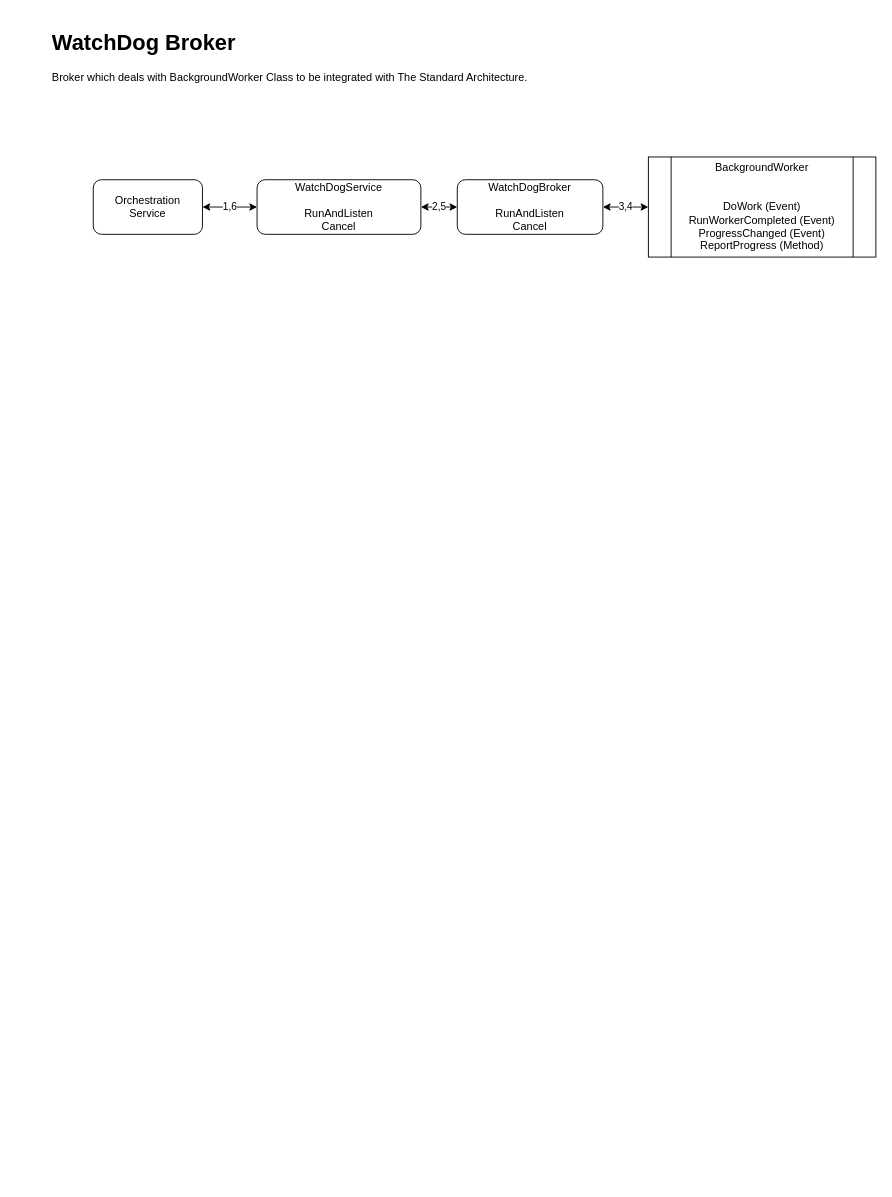
Above: Overview.drawio in LBoullosa/TheStandard.PoC.BackgroundWorker (draw.io), before the change. Source tidied: cells renumbered, new cells numbered last; positions are measured from the earlier drawing's top-left corner, leaving out a move shared by most shapes. Both pictures are drawn from the tidied source at 91%, with x=0, y=0 at pixel (47, 25).
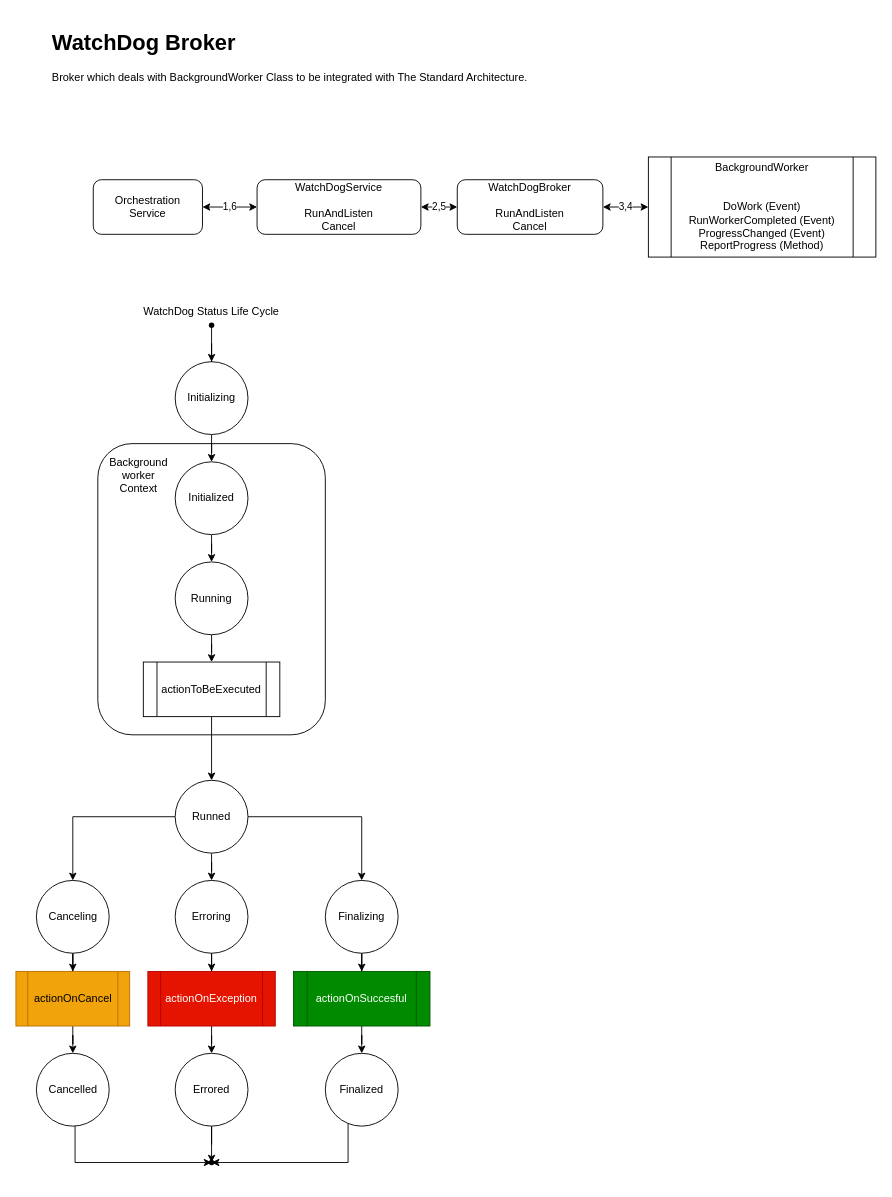
The same page after the edit.

Diff of the diagram source:
```diff
@@
+    <mxCell id="10" style="rounded=1;whiteSpace=wrap;html=1;" parent="1" vertex="1">
+      <mxGeometry x="55" y="460" width="250" height="320" as="geometry" />
+    </mxCell>
@@
+    <mxCell id="11" style="edgeStyle=orthogonalEdgeStyle;rounded=0;jettySize=auto;html=1;" parent="1" edge="1" source="12" target="14">
+      <mxGeometry relative="1" as="geometry" />
+    </mxCell>
+    <mxCell id="12" value="Initializing" style="ellipse;whiteSpace=wrap;html=1;" parent="1" vertex="1">
+      <mxGeometry x="140" y="370" width="80" height="80" as="geometry" />
+    </mxCell>
+    <mxCell id="13" style="edgeStyle=orthogonalEdgeStyle;rounded=0;jettySize=auto;html=1;" parent="1" edge="1" source="14" target="16">
+      <mxGeometry relative="1" as="geometry" />
+    </mxCell>
+    <mxCell id="14" value="Initialized" style="ellipse;whiteSpace=wrap;html=1;" parent="1" vertex="1">
+      <mxGeometry x="140" y="480" width="80" height="80" as="geometry" />
+    </mxCell>
+    <mxCell id="15" style="edgeStyle=orthogonalEdgeStyle;rounded=0;jettySize=auto;html=1;entryX=0.5;entryY=0;entryDx=0;entryDy=0;" parent="1" edge="1" source="16" target="37">
+      <mxGeometry relative="1" as="geometry" />
+    </mxCell>
+    <mxCell id="16" value="Running" style="ellipse;whiteSpace=wrap;html=1;" parent="1" vertex="1">
+      <mxGeometry x="140" y="590" width="80" height="80" as="geometry" />
+    </mxCell>
+    <mxCell id="17" style="edgeStyle=orthogonalEdgeStyle;rounded=0;jettySize=auto;html=1;" parent="1" edge="1" source="20" target="26">
+      <mxGeometry relative="1" as="geometry" />
+    </mxCell>
+    <mxCell id="18" style="edgeStyle=orthogonalEdgeStyle;rounded=0;jettySize=auto;html=1;" parent="1" edge="1" source="20" target="22">
+      <mxGeometry relative="1" as="geometry" />
+    </mxCell>
+    <mxCell id="19" style="edgeStyle=orthogonalEdgeStyle;rounded=0;jettySize=auto;html=1;entryX=0.5;entryY=0;entryDx=0;entryDy=0;" parent="1" edge="1" source="20" target="30">
+      <mxGeometry relative="1" as="geometry" />
+    </mxCell>
+    <mxCell id="20" value="Runned" style="ellipse;whiteSpace=wrap;html=1;" parent="1" vertex="1">
+      <mxGeometry x="140" y="830" width="80" height="80" as="geometry" />
+    </mxCell>
+    <mxCell id="21" style="edgeStyle=orthogonalEdgeStyle;rounded=0;jettySize=auto;html=1;" parent="1" edge="1" source="22" target="39">
+      <mxGeometry relative="1" as="geometry" />
+    </mxCell>
+    <mxCell id="22" value="Canceling" style="ellipse;whiteSpace=wrap;html=1;" parent="1" vertex="1">
+      <mxGeometry x="-12.5" y="940" width="80" height="80" as="geometry" />
+    </mxCell>
+    <mxCell id="23" style="edgeStyle=orthogonalEdgeStyle;rounded=0;jettySize=auto;html=1;entryX=0.6;entryY=0.5;entryDx=0;entryDy=0;entryPerimeter=0;" parent="1" edge="1" source="24" target="33">
+      <mxGeometry relative="1" as="geometry">
+        <Array as="points">
+          <mxPoint x="30" y="1250" />
+        </Array>
+      </mxGeometry>
+    </mxCell>
+    <mxCell id="24" value="Cancelled" style="ellipse;whiteSpace=wrap;html=1;" parent="1" vertex="1">
+      <mxGeometry x="-12.5" y="1130" width="80" height="80" as="geometry" />
+    </mxCell>
+    <mxCell id="25" style="edgeStyle=orthogonalEdgeStyle;rounded=0;jettySize=auto;html=1;" parent="1" edge="1" source="26" target="41">
+      <mxGeometry relative="1" as="geometry" />
+    </mxCell>
+    <mxCell id="26" value="Erroring" style="ellipse;whiteSpace=wrap;html=1;" parent="1" vertex="1">
+      <mxGeometry x="140" y="940" width="80" height="80" as="geometry" />
+    </mxCell>
+    <mxCell id="27" style="edgeStyle=orthogonalEdgeStyle;rounded=0;jettySize=auto;html=1;" parent="1" edge="1" source="28" target="33">
+      <mxGeometry relative="1" as="geometry" />
+    </mxCell>
+    <mxCell id="28" value="Errored" style="ellipse;whiteSpace=wrap;html=1;" parent="1" vertex="1">
+      <mxGeometry x="140" y="1130" width="80" height="80" as="geometry" />
+    </mxCell>
+    <mxCell id="29" style="edgeStyle=orthogonalEdgeStyle;rounded=0;jettySize=auto;html=1;" parent="1" edge="1" source="30" target="43">
+      <mxGeometry relative="1" as="geometry" />
+    </mxCell>
+    <mxCell id="30" value="Finalizing" style="ellipse;whiteSpace=wrap;html=1;" parent="1" vertex="1">
+      <mxGeometry x="305" y="940" width="80" height="80" as="geometry" />
+    </mxCell>
+    <mxCell id="31" style="edgeStyle=orthogonalEdgeStyle;rounded=0;jettySize=auto;html=1;" parent="1" edge="1" source="32" target="33">
+      <mxGeometry relative="1" as="geometry">
+        <Array as="points">
+          <mxPoint x="330" y="1250" />
+        </Array>
+      </mxGeometry>
+    </mxCell>
+    <mxCell id="32" value="Finalized" style="ellipse;whiteSpace=wrap;html=1;" parent="1" vertex="1">
+      <mxGeometry x="305" y="1130" width="80" height="80" as="geometry" />
+    </mxCell>
+    <mxCell id="33" style="shape=waypoint;sketch=0;size=6;points=[];fillColor=default;perimeter=centerPerimeter;snapToPoint=1;" parent="1" vertex="1">
+      <mxGeometry x="160" y="1230" width="40" height="40" as="geometry" />
+    </mxCell>
+    <mxCell id="34" style="edgeStyle=orthogonalEdgeStyle;rounded=0;jettySize=auto;html=1;" parent="1" edge="1" source="35" target="12">
+      <mxGeometry relative="1" as="geometry" />
+    </mxCell>
+    <mxCell id="35" style="shape=waypoint;sketch=0;fillStyle=solid;size=6;points=[];fillColor=none;perimeter=centerPerimeter;snapToPoint=1;" parent="1" vertex="1">
+      <mxGeometry x="160" y="310" width="40" height="40" as="geometry" />
+    </mxCell>
+    <mxCell id="36" style="edgeStyle=orthogonalEdgeStyle;rounded=0;jettySize=auto;html=1;" parent="1" edge="1" source="37" target="20">
+      <mxGeometry relative="1" as="geometry" />
+    </mxCell>
+    <mxCell id="37" value="actionToBeExecuted" style="shape=process;whiteSpace=wrap;html=1;backgroundOutline=1;" parent="1" vertex="1">
+      <mxGeometry x="105" y="700" width="150" height="60" as="geometry" />
+    </mxCell>
+    <mxCell id="38" style="edgeStyle=orthogonalEdgeStyle;rounded=0;jettySize=auto;html=1;" parent="1" edge="1" source="39" target="24">
+      <mxGeometry relative="1" as="geometry" />
+    </mxCell>
+    <mxCell id="39" value="actionOnCancel" style="shape=process;whiteSpace=wrap;html=1;backgroundOutline=1;fillColor=#f0a30a;fontColor=#000000;strokeColor=#BD7000;" parent="1" vertex="1">
+      <mxGeometry x="-35" y="1040" width="125" height="60" as="geometry" />
+    </mxCell>
+    <mxCell id="40" style="edgeStyle=orthogonalEdgeStyle;rounded=0;jettySize=auto;html=1;" parent="1" edge="1" source="41" target="28">
+      <mxGeometry relative="1" as="geometry" />
+    </mxCell>
+    <mxCell id="41" value="actionOnException" style="shape=process;whiteSpace=wrap;html=1;backgroundOutline=1;fillColor=#e51400;fontColor=#ffffff;strokeColor=#B20000;" parent="1" vertex="1">
+      <mxGeometry x="110" y="1040" width="140" height="60" as="geometry" />
+    </mxCell>
+    <mxCell id="42" style="edgeStyle=orthogonalEdgeStyle;rounded=0;jettySize=auto;html=1;" parent="1" edge="1" source="43" target="32">
+      <mxGeometry relative="1" as="geometry" />
+    </mxCell>
+    <mxCell id="43" value="actionOnSuccesful" style="shape=process;whiteSpace=wrap;html=1;backgroundOutline=1;fillColor=#008a00;fontColor=#ffffff;strokeColor=#005700;" parent="1" vertex="1">
+      <mxGeometry x="270" y="1040" width="150" height="60" as="geometry" />
+    </mxCell>
+    <mxCell id="44" value="Background worker Context" style="text;html=1;strokeColor=none;fillColor=none;align=center;verticalAlign=middle;whiteSpace=wrap;rounded=0;" parent="1" vertex="1">
+      <mxGeometry x="70" y="480" width="60" height="30" as="geometry" />
+    </mxCell>
+    <mxCell id="45" value="&lt;span&gt;WatchDog Status Life Cycle&lt;/span&gt;" style="text;html=1;strokeColor=none;fillColor=none;align=center;verticalAlign=middle;whiteSpace=wrap;rounded=0;" parent="1" vertex="1">
+      <mxGeometry x="90" y="300" width="180" height="30" as="geometry" />
+    </mxCell>
```
